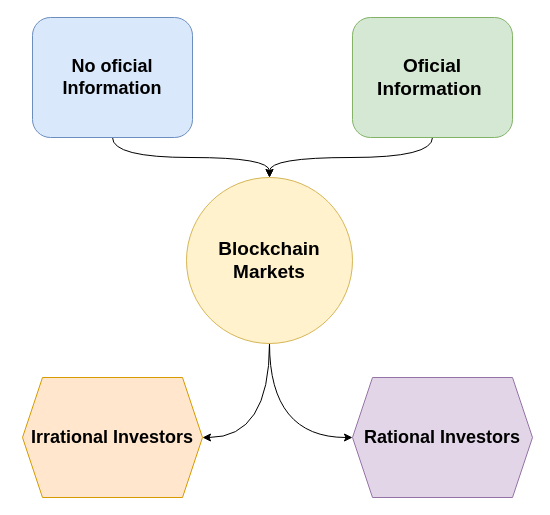
Earlier version of the draw.io diagram herd.drawio (Andres1984/Andres.github.io). Source tidied: cells renumbered, new cells numbered last; positions are measured from the earlier drawing's top-left corner, leaving out a move shared by most shapes. Both pictures are drawn from the tidied source at 100%, with x=0, y=0 at pixel (22, 17).
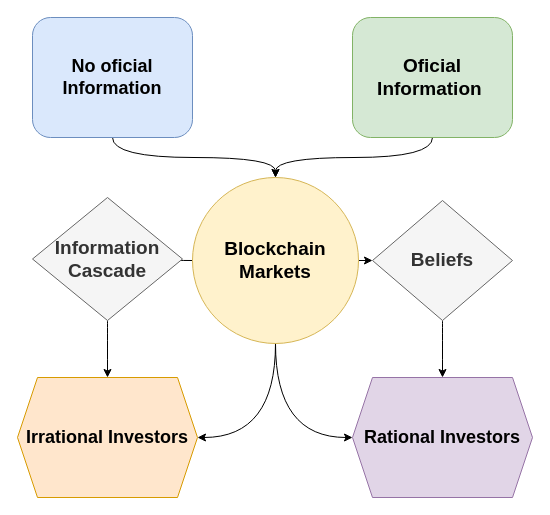
The same diagram, later.

Diff of the diagram source:
```diff
@@
 <mxGraphModel>
   <root>
     <mxCell id="0" />
     <mxCell id="1" parent="0" />
     <mxCell id="2" style="edgeStyle=orthogonalEdgeStyle;curved=1;jettySize=auto;html=1;entryX=0.5;entryY=0;entryDx=0;entryDy=0;" parent="1" edge="1" source="3" target="8">
       <mxGeometry relative="1" as="geometry" />
     </mxCell>
     <mxCell id="3" value="No oficial Information" style="rounded=1;whiteSpace=wrap;html=1;fontSize=18;fontStyle=1;fillColor=#dae8fc;strokeColor=#6c8ebf;" parent="1" vertex="1">
       <mxGeometry x="10" width="160" height="120" as="geometry" />
     </mxCell>
     <mxCell id="4" style="edgeStyle=orthogonalEdgeStyle;curved=1;jettySize=auto;html=1;entryX=0.5;entryY=0;entryDx=0;entryDy=0;" parent="1" edge="1" source="5" target="8">
       <mxGeometry relative="1" as="geometry" />
     </mxCell>
     <mxCell id="5" value="Oficial Information&amp;nbsp;" style="rounded=1;whiteSpace=wrap;html=1;fontSize=19;fontStyle=1;fillColor=#d5e8d4;strokeColor=#82b366;" parent="1" vertex="1">
       <mxGeometry x="330" width="160" height="120" as="geometry" />
     </mxCell>
     <mxCell id="6" style="edgeStyle=orthogonalEdgeStyle;jettySize=auto;html=1;entryX=0;entryY=0.5;entryDx=0;entryDy=0;curved=1;exitX=0.5;exitY=1;exitDx=0;exitDy=0;" parent="1" edge="1" source="8" target="10">
       <mxGeometry relative="1" as="geometry" />
     </mxCell>
+    <mxCell id="12" style="edgeStyle=orthogonalEdgeStyle;curved=1;jettySize=auto;html=1;fontSize=19;" parent="1" edge="1" source="8" target="15">
+      <mxGeometry relative="1" as="geometry" />
+    </mxCell>
-    <mxCell id="7" style="edgeStyle=orthogonalEdgeStyle;curved=1;jettySize=auto;html=1;entryX=1;entryY=0.5;entryDx=0;entryDy=0;" parent="1" edge="1" source="8" target="9">
+    <mxCell id="7" style="edgeStyle=orthogonalEdgeStyle;curved=1;jettySize=auto;html=1;entryX=1;entryY=0.5;entryDx=0;entryDy=0;fontSize=19;" parent="1" edge="1" source="8" target="9">
       <mxGeometry relative="1" as="geometry" />
     </mxCell>
+    <mxCell id="13" style="edgeStyle=orthogonalEdgeStyle;curved=1;jettySize=auto;html=1;exitX=0;exitY=0.5;exitDx=0;exitDy=0;fontSize=19;" parent="1" edge="1" source="8" target="17">
+      <mxGeometry relative="1" as="geometry" />
+    </mxCell>
     <mxCell id="8" value="Blockchain Markets" style="ellipse;whiteSpace=wrap;html=1;fontSize=19;fontStyle=1;fillColor=#fff2cc;strokeColor=#d6b656;" parent="1" vertex="1">
-      <mxGeometry x="164" y="160" width="166" height="166" as="geometry" />
+      <mxGeometry x="170" y="160" width="166" height="166" as="geometry" />
     </mxCell>
     <mxCell id="9" value="Irrational Investors" style="shape=hexagon;perimeter=hexagonPerimeter2;whiteSpace=wrap;html=1;fixedSize=1;fontSize=18;fontStyle=1;fillColor=#ffe6cc;strokeColor=#d79b00;" parent="1" vertex="1">
-      <mxGeometry y="360" width="180" height="120" as="geometry" />
+      <mxGeometry x="-5" y="360" width="180" height="120" as="geometry" />
     </mxCell>
     <mxCell id="10" value="Rational Investors" style="shape=hexagon;perimeter=hexagonPerimeter2;whiteSpace=wrap;html=1;fixedSize=1;strokeWidth=1;fontSize=18;fontStyle=1;fillColor=#e1d5e7;strokeColor=#9673a6;" parent="1" vertex="1">
       <mxGeometry x="330" y="360" width="180" height="120" as="geometry" />
     </mxCell>
     <mxCell id="11" style="edgeStyle=orthogonalEdgeStyle;rounded=0;orthogonalLoop=1;jettySize=auto;html=1;exitX=0.5;exitY=1;exitDx=0;exitDy=0;" parent="1" edge="1" source="8" target="8">
       <mxGeometry relative="1" as="geometry" />
     </mxCell>
+    <mxCell id="14" style="edgeStyle=orthogonalEdgeStyle;curved=1;jettySize=auto;html=1;entryX=0.5;entryY=0;entryDx=0;entryDy=0;fontSize=19;" parent="1" edge="1" source="15" target="10">
+      <mxGeometry relative="1" as="geometry" />
+    </mxCell>
+    <mxCell id="15" value="Beliefs" style="rhombus;whiteSpace=wrap;html=1;strokeWidth=1;fontSize=19;fillColor=#f5f5f5;fontColor=#333333;strokeColor=#666666;fontStyle=1;" parent="1" vertex="1">
+      <mxGeometry x="350" y="183" width="140" height="120" as="geometry" />
+    </mxCell>
+    <mxCell id="16" style="edgeStyle=orthogonalEdgeStyle;curved=1;jettySize=auto;html=1;fontSize=19;" parent="1" edge="1" source="17" target="9">
+      <mxGeometry relative="1" as="geometry" />
+    </mxCell>
+    <mxCell id="17" value="Information Cascade" style="rhombus;whiteSpace=wrap;html=1;strokeWidth=1;fontSize=19;fillColor=#f5f5f5;fontColor=#333333;strokeColor=#666666;fontStyle=1;" parent="1" vertex="1">
+      <mxGeometry x="10" y="180" width="150" height="123" as="geometry" />
+    </mxCell>
   </root>
 </mxGraphModel>
```
